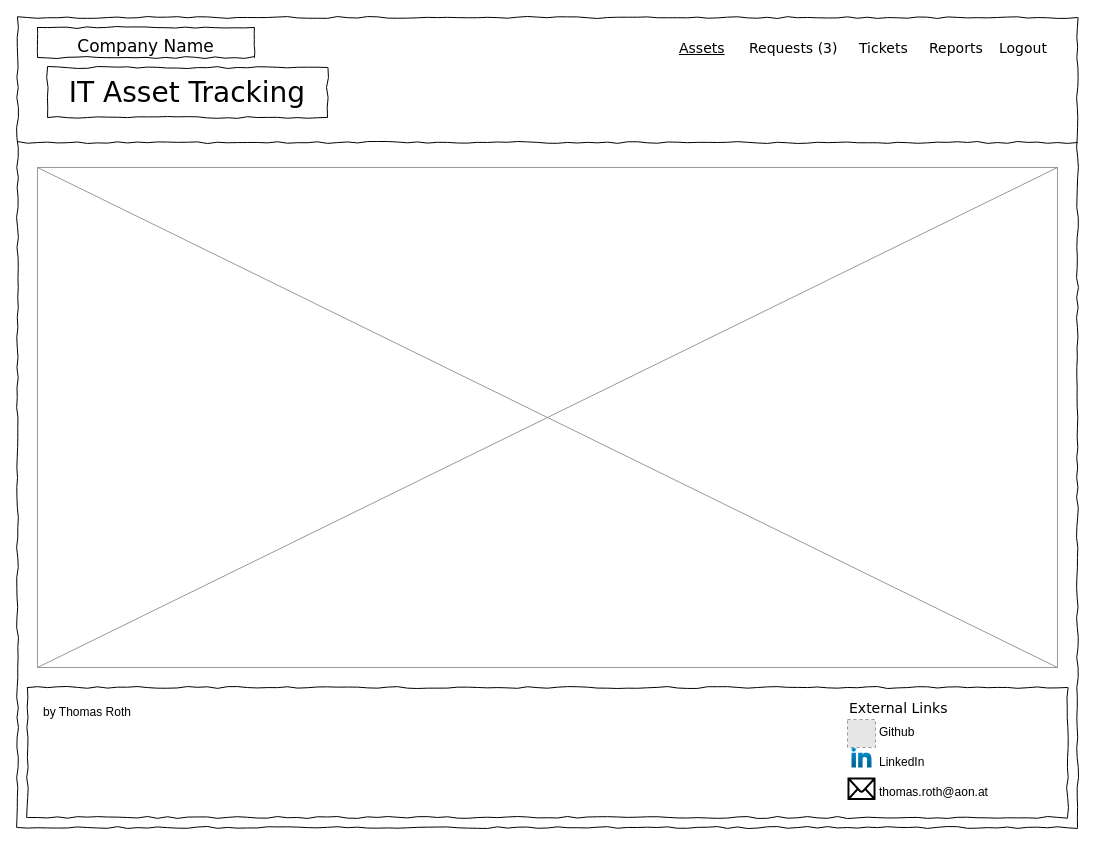
Above: Wireframes/ITAT_Layout.drawio in TRed91/ITAssetTracking (draw.io), before the change. Source tidied: cells renumbered, new cells numbered last; positions are measured from the earlier drawing's top-left corner, leaving out a move shared by most shapes. Both pictures are drawn from the tidied source at 100%, with x=0, y=0 at pixel (17, 17). Pictures stored in the file or linked from it are replaced by grey dashed boxes.
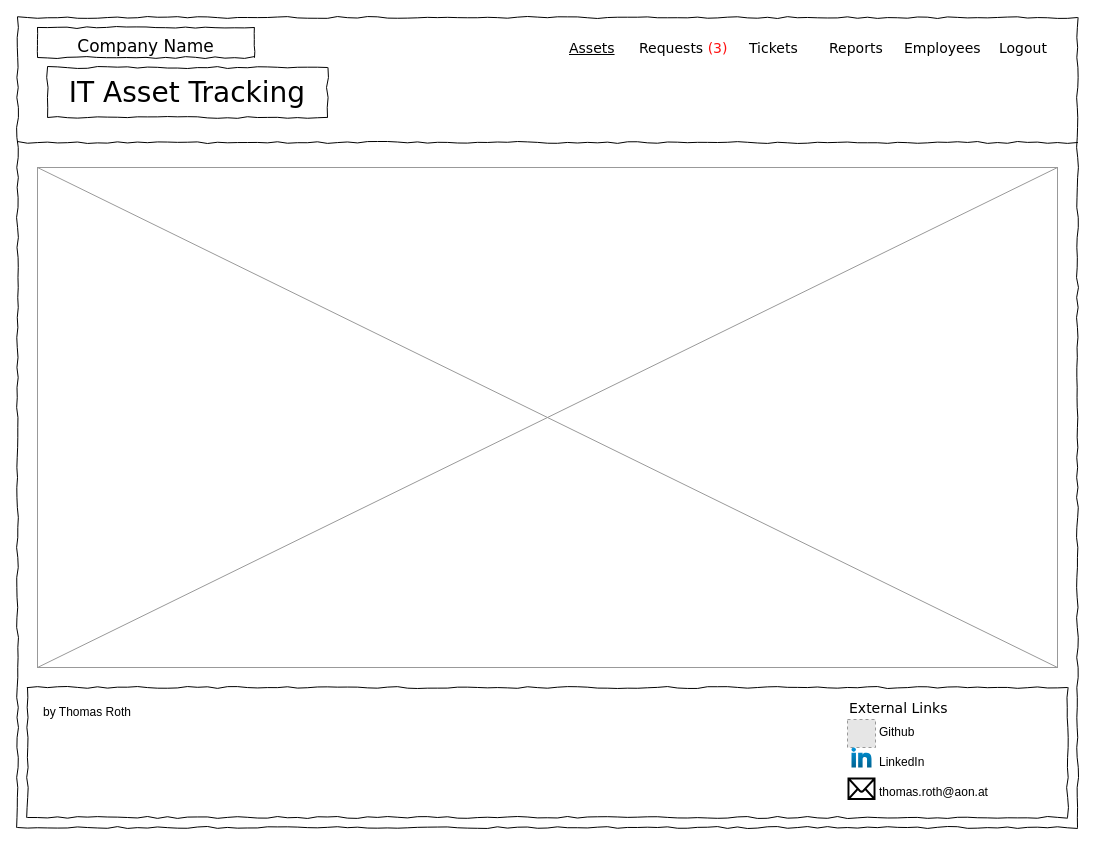
The same diagram, later.

The edit, as a diff of the source:
```diff
@@
     <mxCell id="4" value="&lt;u&gt;Assets&lt;/u&gt;" style="text;html=1;align=left;verticalAlign=top;spacingTop=-4;fontSize=14;fontFamily=Verdana;" parent="1" vertex="1">
-      <mxGeometry x="660" y="20" width="60" height="20" as="geometry" />
+      <mxGeometry x="550" y="20" width="60" height="20" as="geometry" />
     </mxCell>
     <mxCell id="5" value="Tickets" style="text;html=1;align=left;verticalAlign=top;spacingTop=-4;fontSize=14;fontFamily=Verdana;" parent="1" vertex="1">
-      <mxGeometry x="840" y="20" width="60" height="20" as="geometry" />
+      <mxGeometry x="730" y="20" width="60" height="20" as="geometry" />
     </mxCell>
     <mxCell id="6" value="Reports" style="text;html=1;align=left;verticalAlign=top;spacingTop=-4;fontSize=14;fontFamily=Verdana;" parent="1" vertex="1">
-      <mxGeometry x="910" y="20" width="60" height="20" as="geometry" />
+      <mxGeometry x="810" y="20" width="60" height="20" as="geometry" />
     </mxCell>
@@
-    <mxCell id="20" value="Requests &lt;font style=&quot;color: light-dark(rgb(0, 0, 0), rgb(255, 15, 15));&quot;&gt;(3)&lt;/font&gt;" style="text;html=1;align=left;verticalAlign=top;spacingTop=-4;fontSize=14;fontFamily=Verdana;" parent="1" vertex="1">
-      <mxGeometry x="730" y="20" width="70" height="20" as="geometry" />
+    <mxCell id="20" value="Requests &lt;font style=&quot;color: light-dark(rgb(255, 15, 15), rgb(255, 15, 15));&quot;&gt;(3)&lt;/font&gt;" style="text;html=1;align=left;verticalAlign=top;spacingTop=-4;fontSize=14;fontFamily=Verdana;" parent="1" vertex="1">
+      <mxGeometry x="620" y="20" width="70" height="20" as="geometry" />
     </mxCell>
+    <mxCell id="21" value="Employees" style="text;html=1;align=left;verticalAlign=top;spacingTop=-4;fontSize=14;fontFamily=Verdana;" parent="1" vertex="1">
+      <mxGeometry x="885" y="20" width="60" height="20" as="geometry" />
+    </mxCell>
```
